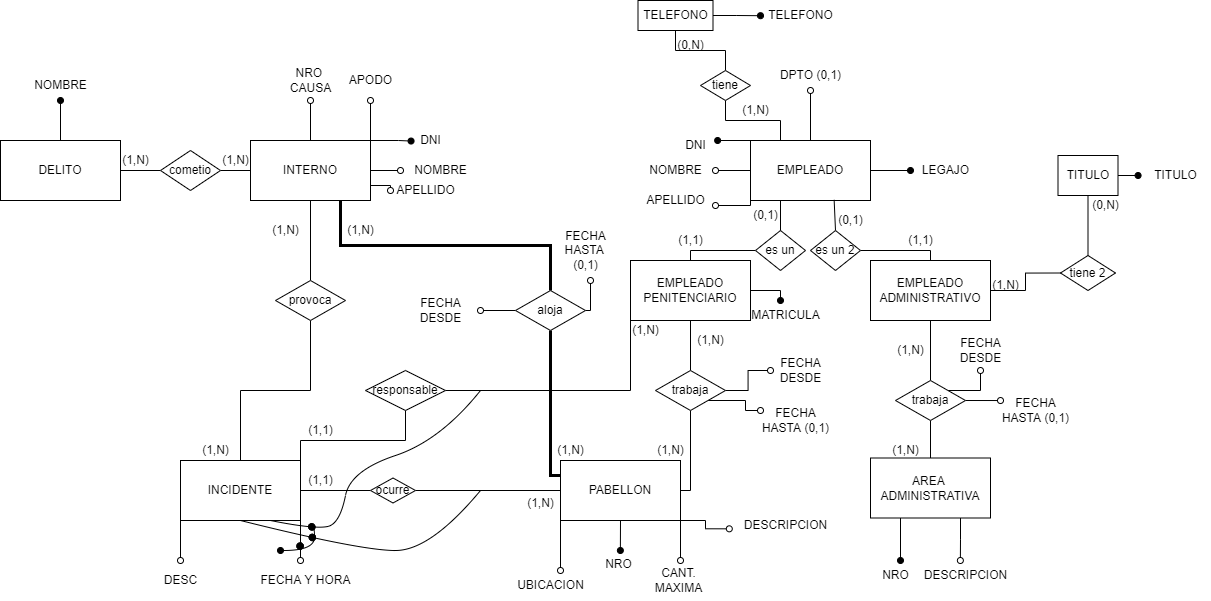
The draw.io diagram PRACTICA 2/Parte1/Ejercicio3/Ejercicio3-logico.png in agusrnfr/DBD, before a commit. Source tidied: cells renumbered, new cells last; positions are measured from the earlier drawing's top-left corner, leaving out a move shared by most shapes.
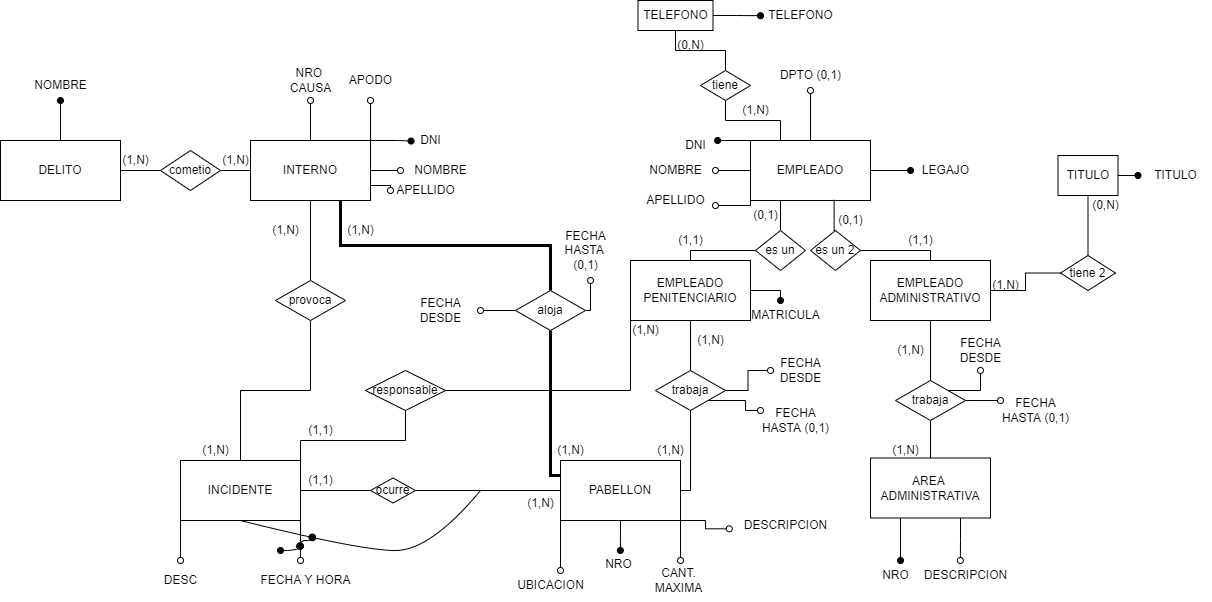
After the commit.

Change to the diagram source:
```diff
@@ -325,17 +325,6 @@
     <mxCell id="86" value="(1,N)" style="text;html=1;align=center;verticalAlign=middle;strokeColor=none;fillColor=none;" parent="1" vertex="1">
       <mxGeometry x="515" y="487.5" width="50" height="30" as="geometry" />
     </mxCell>
-    <mxCell id="87" style="curved=1;endArrow=none;html=1;rounded=0;strokeWidth=1;endFill=0;exitX=0.75;exitY=1;exitDx=0;exitDy=0;" parent="1" edge="1" source="19">
-      <mxGeometry relative="1" as="geometry">
-        <mxPoint x="480" y="390" as="targetPoint" />
-        <Array as="points">
-          <mxPoint x="320" y="530" />
-          <mxPoint x="340" y="520" />
-          <mxPoint x="350" y="470" />
-          <mxPoint x="440" y="440" />
-        </Array>
-      </mxGeometry>
-    </mxCell>
     <mxCell id="88" style="curved=1;endArrow=none;html=1;rounded=0;strokeWidth=1;endFill=0;exitX=0.5;exitY=1;exitDx=0;exitDy=0;" parent="1" edge="1" source="19">
       <mxGeometry relative="1" as="geometry">
         <mxPoint x="480" y="490" as="targetPoint" />
@@ -345,21 +334,21 @@
         </Array>
       </mxGeometry>
     </mxCell>
-    <mxCell id="89" style="shape=(stored shape, 632 characters);lineShape=1;" parent="1" vertex="1">
-      <mxGeometry x="308" y="523.1" width="6.5" height="6.5" as="geometry" />
-    </mxCell>
     <mxCell id="90" style="shape=(stored shape, 632 characters);lineShape=1;" parent="1" vertex="1">
       <mxGeometry x="308.6" y="533.7" width="6.5" height="6.5" as="geometry" />
     </mxCell>
     <mxCell id="91" style="shape=(stored shape, 632 characters);lineShape=1;" parent="1" vertex="1">
       <mxGeometry x="296.4" y="542.3" width="6.5" height="6.5" as="geometry" />
     </mxCell>
-    <mxCell id="92" style="endArrow=none;html=1;rounded=0;strokeWidth=1;edgeStyle=orthogonalEdgeStyle;curved=1;startArrow=oval;startFill=1;entryX=0.307;entryY=0.017;entryDx=0;entryDy=0;entryPerimeter=0;" parent="1" edge="1" target="89">
+    <mxCell id="92" style="endArrow=none;html=1;rounded=0;strokeWidth=1;edgeStyle=orthogonalEdgeStyle;curved=1;startArrow=oval;startFill=1;entryX=0.789;entryY=0.386;entryDx=0;entryDy=0;entryPerimeter=0;" parent="1" edge="1" target="90">
       <mxGeometry relative="1" as="geometry">
         <mxPoint x="280" y="550" as="sourcePoint" />
         <Array as="points">
-          <mxPoint x="314" y="550" />
-          <mxPoint x="314" y="523" />
+          <mxPoint x="300" y="550" />
+          <mxPoint x="300" y="540" />
+          <mxPoint x="310" y="540" />
+          <mxPoint x="310" y="537" />
+          <mxPoint x="314" y="537" />
         </Array>
       </mxGeometry>
     </mxCell>
```
